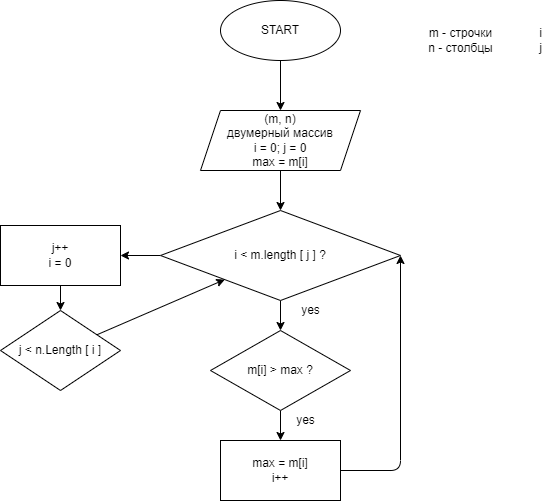
The draw.io diagram Задача 54/54.drawio.png in MaryQueen1/L08, before a commit. Source tidied: cells renumbered, new cells last; positions are measured from the earlier drawing's top-left corner, leaving out a move shared by most shapes. Source of this version:
```xml
<mxGraphModel>
  <root>
    <mxCell id="0" />
    <mxCell id="1" parent="0" />
    <mxCell id="2" style="edgeStyle=none;html=1;" parent="1" edge="1" source="3" target="5">
      <mxGeometry relative="1" as="geometry" />
    </mxCell>
    <mxCell id="3" value="START" style="ellipse;whiteSpace=wrap;html=1;" parent="1" vertex="1">
      <mxGeometry x="220" width="120" height="60" as="geometry" />
    </mxCell>
    <mxCell id="4" style="edgeStyle=none;html=1;" parent="1" edge="1" source="5" target="8">
      <mxGeometry relative="1" as="geometry" />
    </mxCell>
    <mxCell id="5" value="(m, n)&lt;br&gt;двумерный массив&lt;br&gt;i = 0; j = 0&lt;br&gt;max = m[i]" style="shape=parallelogram;perimeter=parallelogramPerimeter;whiteSpace=wrap;html=1;fixedSize=1;" parent="1" vertex="1">
      <mxGeometry x="200" y="110" width="160" height="60" as="geometry" />
    </mxCell>
    <mxCell id="6" style="edgeStyle=none;html=1;" parent="1" edge="1" source="8">
      <mxGeometry relative="1" as="geometry">
        <mxPoint x="280" y="330" as="targetPoint" />
      </mxGeometry>
    </mxCell>
    <mxCell id="7" style="edgeStyle=none;html=1;" parent="1" edge="1" source="8" target="18">
      <mxGeometry relative="1" as="geometry" />
    </mxCell>
    <mxCell id="8" value="i &amp;lt; m.length [ j ] ?" style="rhombus;whiteSpace=wrap;html=1;" parent="1" vertex="1">
      <mxGeometry x="160" y="210" width="240" height="90" as="geometry" />
    </mxCell>
    <mxCell id="9" value="m - строчки&lt;br&gt;n - столбцы" style="text;html=1;align=center;verticalAlign=middle;strokeColor=none;fillColor=none;" parent="1" vertex="1">
      <mxGeometry x="420" y="25" width="80" height="30" as="geometry" />
    </mxCell>
    <mxCell id="10" value="i&lt;br&gt;j" style="text;html=1;align=center;verticalAlign=middle;strokeColor=none;fillColor=none;" parent="1" vertex="1">
      <mxGeometry x="530" y="25" width="20" height="30" as="geometry" />
    </mxCell>
    <mxCell id="11" value="yes" style="text;html=1;align=center;verticalAlign=middle;strokeColor=none;fillColor=none;" parent="1" vertex="1">
      <mxGeometry x="295" y="300" width="30" height="20" as="geometry" />
    </mxCell>
    <mxCell id="12" style="edgeStyle=none;html=1;" parent="1" edge="1" source="13" target="15">
      <mxGeometry relative="1" as="geometry" />
    </mxCell>
    <mxCell id="13" value="m[i] &amp;gt; max ?" style="rhombus;whiteSpace=wrap;html=1;" parent="1" vertex="1">
      <mxGeometry x="210" y="330" width="140" height="80" as="geometry" />
    </mxCell>
    <mxCell id="14" style="edgeStyle=none;html=1;entryX=1;entryY=0.5;entryDx=0;entryDy=0;" parent="1" edge="1" source="15" target="8">
      <mxGeometry relative="1" as="geometry">
        <Array as="points">
          <mxPoint x="400" y="470" />
        </Array>
      </mxGeometry>
    </mxCell>
    <mxCell id="15" value="max = m[i]&lt;br&gt;i++" style="whiteSpace=wrap;html=1;" parent="1" vertex="1">
      <mxGeometry x="220" y="440" width="120" height="60" as="geometry" />
    </mxCell>
    <mxCell id="16" value="yes" style="text;html=1;align=center;verticalAlign=middle;strokeColor=none;fillColor=none;" parent="1" vertex="1">
      <mxGeometry x="290" y="410" width="30" height="20" as="geometry" />
    </mxCell>
    <mxCell id="17" style="edgeStyle=none;html=1;" parent="1" edge="1" source="18" target="20">
      <mxGeometry relative="1" as="geometry" />
    </mxCell>
    <mxCell id="18" value="j++&lt;br&gt;i = 0" style="whiteSpace=wrap;html=1;" parent="1" vertex="1">
      <mxGeometry y="225" width="120" height="60" as="geometry" />
    </mxCell>
    <mxCell id="19" style="edgeStyle=none;html=1;" parent="1" edge="1" source="20" target="8">
      <mxGeometry relative="1" as="geometry" />
    </mxCell>
    <mxCell id="20" value="j &amp;lt; n.Length [ i ]" style="rhombus;whiteSpace=wrap;html=1;" parent="1" vertex="1">
      <mxGeometry y="310" width="120" height="80" as="geometry" />
    </mxCell>
  </root>
</mxGraphModel>
```
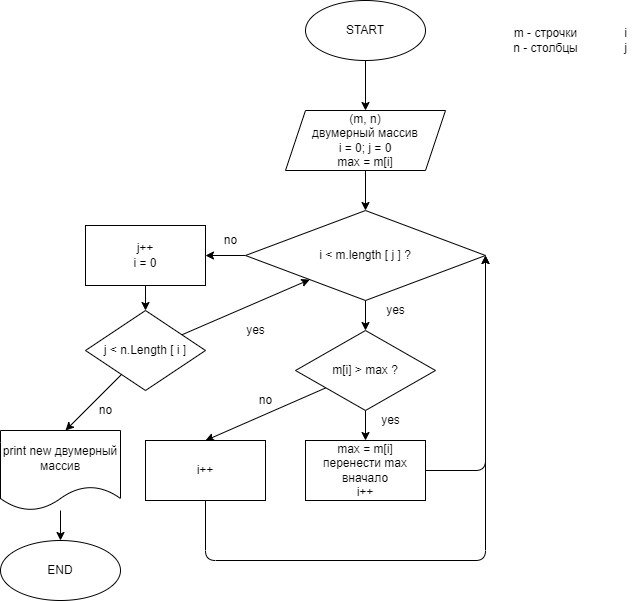
After the change.

The edit, as a diff of the source:
```diff
@@ -37,6 +37,11 @@
     <mxCell id="12" style="edgeStyle=none;html=1;" parent="1" edge="1" source="13" target="15">
       <mxGeometry relative="1" as="geometry" />
     </mxCell>
+    <mxCell id="21" style="edgeStyle=none;html=1;" parent="1" edge="1" source="13">
+      <mxGeometry relative="1" as="geometry">
+        <mxPoint x="120" y="440" as="targetPoint" />
+      </mxGeometry>
+    </mxCell>
     <mxCell id="13" value="m[i] &amp;gt; max ?" style="rhombus;whiteSpace=wrap;html=1;" parent="1" vertex="1">
       <mxGeometry x="210" y="330" width="140" height="80" as="geometry" />
     </mxCell>
@@ -47,7 +52,7 @@
         </Array>
       </mxGeometry>
     </mxCell>
-    <mxCell id="15" value="max = m[i]&lt;br&gt;i++" style="whiteSpace=wrap;html=1;" parent="1" vertex="1">
+    <mxCell id="15" value="max = m[i]&lt;br&gt;перенести max вначало&lt;br&gt;i++" style="whiteSpace=wrap;html=1;" parent="1" vertex="1">
       <mxGeometry x="220" y="440" width="120" height="60" as="geometry" />
     </mxCell>
     <mxCell id="16" value="yes" style="text;html=1;align=center;verticalAlign=middle;strokeColor=none;fillColor=none;" parent="1" vertex="1">
@@ -62,8 +67,45 @@
     <mxCell id="19" style="edgeStyle=none;html=1;" parent="1" edge="1" source="20" target="8">
       <mxGeometry relative="1" as="geometry" />
     </mxCell>
+    <mxCell id="22" style="edgeStyle=none;html=1;" parent="1" edge="1" source="20">
+      <mxGeometry relative="1" as="geometry">
+        <mxPoint x="-20" y="430" as="targetPoint" />
+      </mxGeometry>
+    </mxCell>
     <mxCell id="20" value="j &amp;lt; n.Length [ i ]" style="rhombus;whiteSpace=wrap;html=1;" parent="1" vertex="1">
       <mxGeometry y="310" width="120" height="80" as="geometry" />
     </mxCell>
+    <mxCell id="23" style="edgeStyle=none;html=1;entryX=1;entryY=0.5;entryDx=0;entryDy=0;" parent="1" edge="1" source="24" target="8">
+      <mxGeometry relative="1" as="geometry">
+        <Array as="points">
+          <mxPoint x="120" y="560" />
+          <mxPoint x="400" y="560" />
+        </Array>
+      </mxGeometry>
+    </mxCell>
+    <mxCell id="24" value="i++" style="whiteSpace=wrap;html=1;" parent="1" vertex="1">
+      <mxGeometry x="60" y="440" width="120" height="60" as="geometry" />
+    </mxCell>
+    <mxCell id="25" value="no" style="text;html=1;align=center;verticalAlign=middle;strokeColor=none;fillColor=none;" parent="1" vertex="1">
+      <mxGeometry x="165" y="390" width="30" height="20" as="geometry" />
+    </mxCell>
+    <mxCell id="26" value="no" style="text;html=1;align=center;verticalAlign=middle;strokeColor=none;fillColor=none;" parent="1" vertex="1">
+      <mxGeometry x="130" y="230" width="30" height="20" as="geometry" />
+    </mxCell>
+    <mxCell id="27" value="yes" style="text;html=1;align=center;verticalAlign=middle;strokeColor=none;fillColor=none;" parent="1" vertex="1">
+      <mxGeometry x="155" y="320" width="30" height="20" as="geometry" />
+    </mxCell>
+    <mxCell id="28" value="no" style="text;html=1;align=center;verticalAlign=middle;strokeColor=none;fillColor=none;" parent="1" vertex="1">
+      <mxGeometry x="5" y="400" width="30" height="20" as="geometry" />
+    </mxCell>
+    <mxCell id="29" style="edgeStyle=none;html=1;" parent="1" edge="1" source="30" target="31">
+      <mxGeometry relative="1" as="geometry" />
+    </mxCell>
+    <mxCell id="30" value="print new двумерный массив" style="shape=document;whiteSpace=wrap;html=1;boundedLbl=1;" parent="1" vertex="1">
+      <mxGeometry x="-85" y="430" width="120" height="80" as="geometry" />
+    </mxCell>
+    <mxCell id="31" value="END" style="ellipse;whiteSpace=wrap;html=1;" parent="1" vertex="1">
+      <mxGeometry x="-85" y="540" width="120" height="60" as="geometry" />
+    </mxCell>
   </root>
 </mxGraphModel>
```
